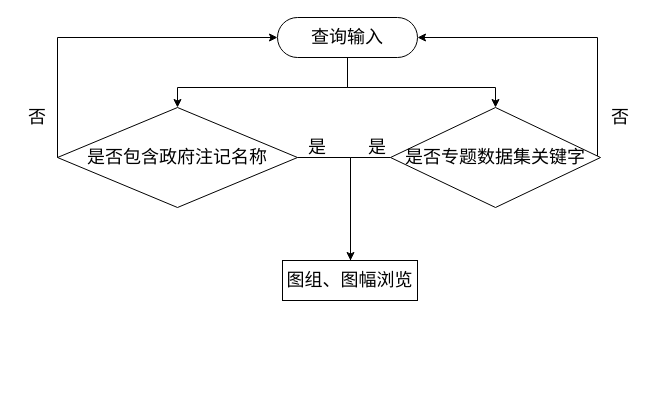
This is page "地图查询流程" (9 of 11) of Untitled Diagram.drawio from lz-tc/lz-tc.github.io, a draw.io file, before an edit. Source tidied: cells renumbered, new cells numbered last; positions are measured from the earlier drawing's top-left corner, leaving out a move shared by most shapes. Both pictures are drawn from the tidied source at 100%, with x=0, y=0 at pixel (17, 17).
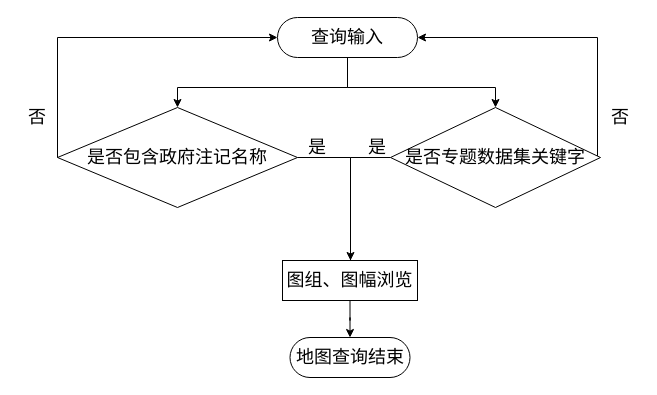
The same diagram, later.

The change refers to these unchanged cells:
```xml
<mxCell id="11" value="图组、图幅浏览" style="rounded=0;whiteSpace=wrap;html=1;shadow=0;fontSize=18;fontColor=#000000;fillColor=#FFFFFF;" parent="1" vertex="1">
  <mxGeometry x="265" y="243" width="135" height="40" as="geometry" />
</mxCell>
```

Change to the diagram source:
```diff
@@
+    <mxCell id="16" style="edgeStyle=orthogonalEdgeStyle;rounded=0;jettySize=auto;html=1;" parent="1" edge="1" source="11" target="17">
+      <mxGeometry relative="1" as="geometry" />
+    </mxCell>
@@
+    <mxCell id="17" value="&lt;span&gt;地图查询结束&lt;/span&gt;" style="rounded=1;whiteSpace=wrap;html=1;shadow=0;fontSize=18;fontColor=#000000;fillColor=#FFFFFF;arcSize=50;" parent="1" vertex="1">
+      <mxGeometry x="272.5" y="320" width="120" height="40" as="geometry" />
+    </mxCell>
```
